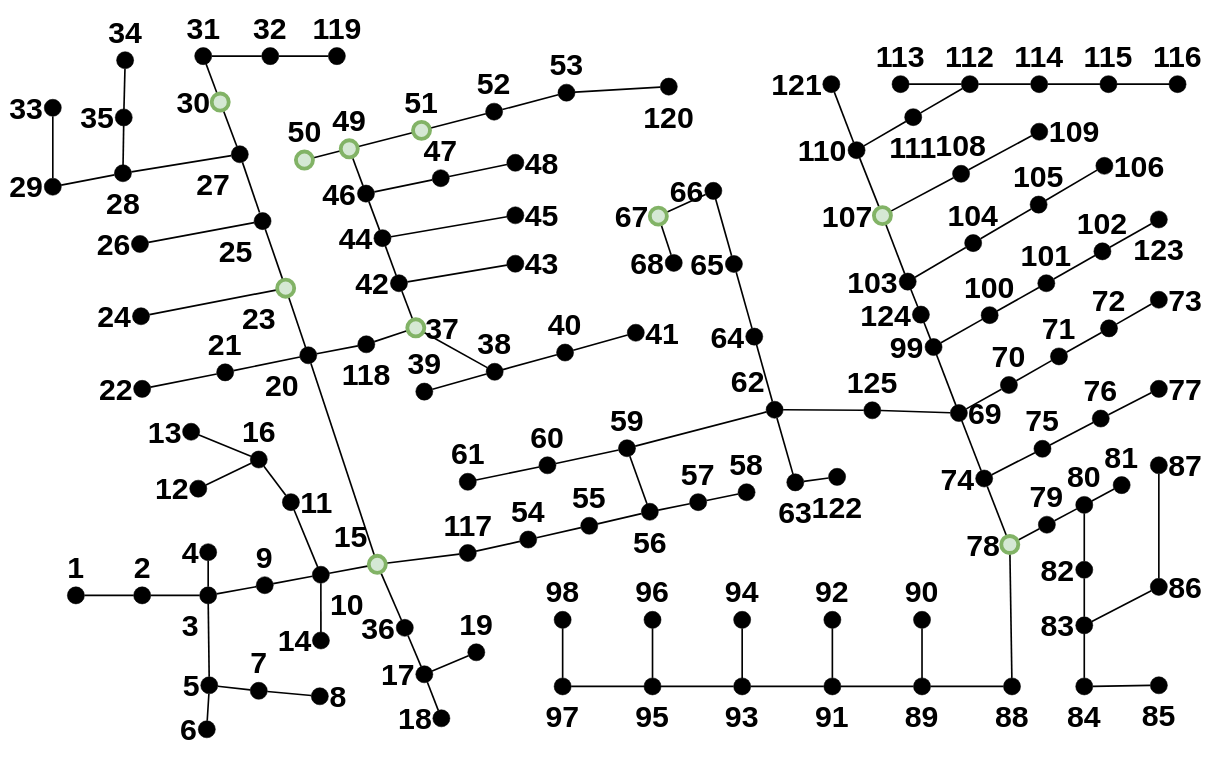
Earlier version of the draw.io diagram page "IEEE123" (1 of 8) of data/ieee123.drawio (nathantgray/ResultsViewer). Source tidied: cells renumbered, new cells numbered last; positions are measured from the earlier drawing's top-left corner, leaving out a move shared by most shapes. Both pictures are drawn from the tidied source at 55%, with x=0, y=0 at pixel (44, 47).
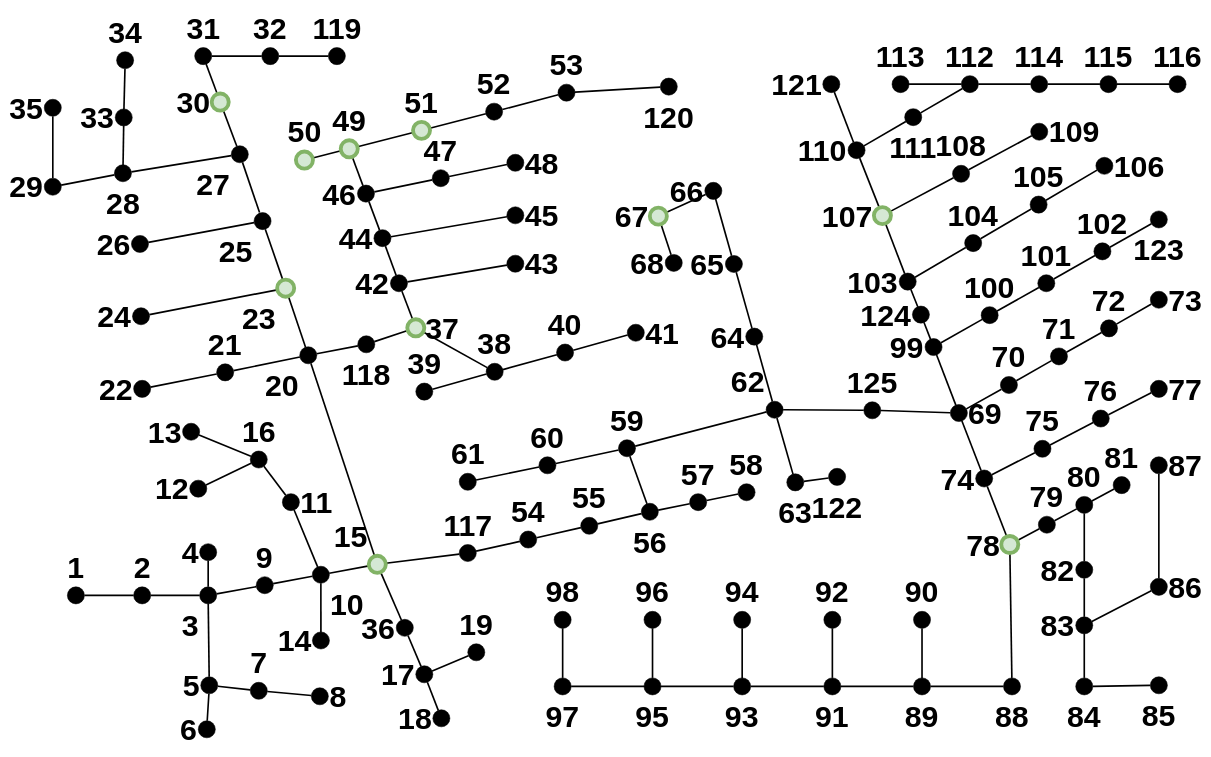
The same page after the edit.

Commit message (it also covers changes not shown here):
add edge plots

Change to the diagram source:
```diff
@@
-    <mxCell id="5" value="35" style="ellipse;whiteSpace=wrap;html=1;rounded=1;shadow=0;glass=0;comic=0;strokeColor=#000000;fillColor=#000000;align=right;fontSize=55;labelPosition=left;verticalLabelPosition=middle;verticalAlign=middle;fontStyle=1;fontFamily=Palatino;" parent="1" vertex="1">
+    <mxCell id="5" value="33" style="ellipse;whiteSpace=wrap;html=1;rounded=1;shadow=0;glass=0;comic=0;strokeColor=#000000;fillColor=#000000;align=right;fontSize=55;labelPosition=left;verticalLabelPosition=middle;verticalAlign=middle;fontStyle=1;fontFamily=Palatino;" parent="1" vertex="1">
       <mxGeometry x="129" y="111.5" width="31" height="31" as="geometry" />
     </mxCell>
@@
-    <mxCell id="20" value="33" style="ellipse;whiteSpace=wrap;html=1;rounded=1;shadow=0;glass=0;comic=0;strokeColor=#000000;fillColor=#000000;align=right;fontSize=55;labelPosition=left;verticalLabelPosition=middle;verticalAlign=middle;fontStyle=1;fontFamily=Palatino;" parent="1" vertex="1">
+    <mxCell id="20" value="35" style="ellipse;whiteSpace=wrap;html=1;rounded=1;shadow=0;glass=0;comic=0;strokeColor=#000000;fillColor=#000000;align=right;fontSize=55;labelPosition=left;verticalLabelPosition=middle;verticalAlign=middle;fontStyle=1;fontFamily=Palatino;" parent="1" vertex="1">
       <mxGeometry y="94" width="31" height="31" as="geometry" />
     </mxCell>
```
